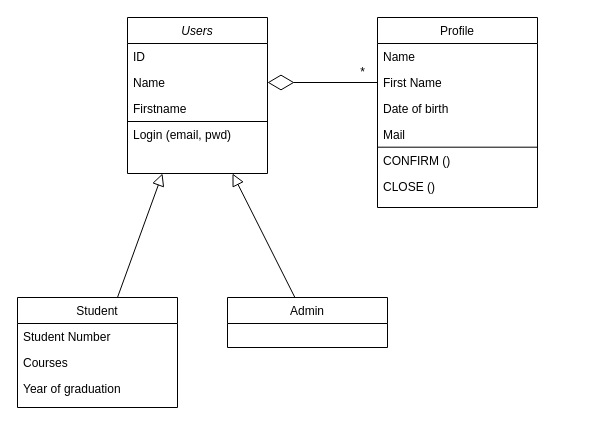
Before: ClassDiagram.drawio in nicolas-chivite/emisa-html-css, a draw.io diagram. Source tidied: cells renumbered, new cells numbered last; positions are measured from the earlier drawing's top-left corner, leaving out a move shared by most shapes. Both pictures are drawn from the tidied source at 100%, with x=0, y=0 at pixel (17, 17).
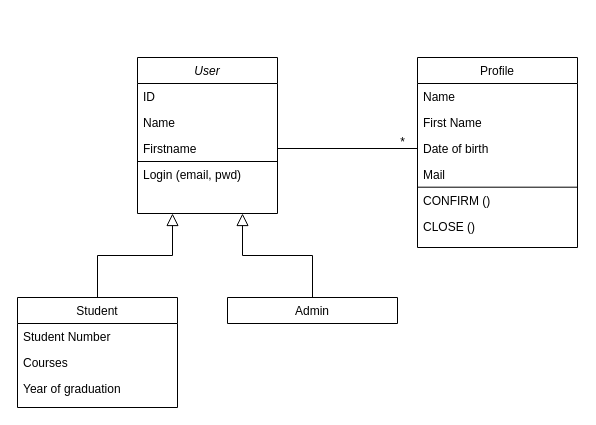
The same diagram, later.

Commit message (it also covers changes not shown here):
Mettre à jour ClassDiagram.drawio

The change refers to these unchanged cells:
```xml
<mxCell id="4" value="Name" style="text;align=left;verticalAlign=top;spacingLeft=4;spacingRight=4;overflow=hidden;points=[[0,0.5],[1,0.5]];portConstraint=eastwest;rounded=0;shadow=0;html=0;" parent="2" vertex="1">
  <mxGeometry y="52" width="140" height="26" as="geometry" />
</mxCell>
<mxCell id="5" value="Firstname" style="text;align=left;verticalAlign=top;spacingLeft=4;spacingRight=4;overflow=hidden;points=[[0,0.5],[1,0.5]];portConstraint=eastwest;rounded=0;shadow=0;html=0;" parent="2" vertex="1">
  <mxGeometry y="78" width="140" height="26" as="geometry" />
</mxCell>
<mxCell id="8" value="Student" style="swimlane;fontStyle=0;align=center;verticalAlign=top;horizontal=1;startSize=26;rounded=0;shadow=0;strokeWidth=1;" parent="1" vertex="1">
  <mxGeometry y="280" width="160" height="110" as="geometry" />
</mxCell>
<mxCell id="17" value="First Name" style="text;align=left;verticalAlign=top;spacingLeft=4;spacingRight=4;overflow=hidden;points=[[0,0.5],[1,0.5]];portConstraint=eastwest;rounded=0;shadow=0;html=0;" parent="15" vertex="1">
  <mxGeometry y="52" width="160" height="26" as="geometry" />
</mxCell>
<mxCell id="18" value="Date of birth" style="text;align=left;verticalAlign=top;spacingLeft=4;spacingRight=4;overflow=hidden;points=[[0,0.5],[1,0.5]];portConstraint=eastwest;rounded=0;shadow=0;html=0;" parent="15" vertex="1">
  <mxGeometry y="78" width="160" height="26" as="geometry" />
</mxCell>
```

Change to the diagram source:
```diff
@@
-    <mxCell id="2" value="Users" style="swimlane;fontStyle=2;align=center;verticalAlign=top;horizontal=1;startSize=26;rounded=0;shadow=0;strokeWidth=1;" parent="1" vertex="1">
-      <mxGeometry x="110" width="140" height="156" as="geometry" />
+    <mxCell id="2" value="User" style="swimlane;fontStyle=2;align=center;verticalAlign=top;horizontal=1;startSize=26;rounded=0;shadow=0;strokeWidth=1;" parent="1" vertex="1">
+      <mxGeometry x="120" y="40" width="140" height="156" as="geometry" />
     </mxCell>
@@
-    <mxCell id="12" style="endArrow=block;endSize=10;endFill=0;shadow=0;strokeWidth=1;rounded=0;elbow=vertical;entryX=0.25;entryY=1;entryDx=0;entryDy=0;" parent="1" edge="1" source="8" target="2">
+    <mxCell id="12" style="endArrow=block;endSize=10;endFill=0;shadow=0;strokeWidth=1;rounded=0;elbow=vertical;entryX=0.25;entryY=1;entryDx=0;entryDy=0;edgeStyle=orthogonalEdgeStyle;" parent="1" edge="1" source="8" target="2">
       <mxGeometry relative="1" as="geometry" />
     </mxCell>
-    <mxCell id="13" value="Admin" style="swimlane;fontStyle=0;align=center;verticalAlign=top;horizontal=1;startSize=26;rounded=0;shadow=0;strokeWidth=1;" parent="1" vertex="1">
-      <mxGeometry x="210" y="280" width="160" height="50" as="geometry" />
+    <mxCell id="13" value="Admin" style="swimlane;fontStyle=0;align=center;verticalAlign=top;horizontal=1;startSize=26;rounded=0;shadow=0;strokeWidth=1;" parent="1" vertex="1" collapsed="1">
+      <mxGeometry x="210" y="280" width="170" height="26" as="geometry" />
     </mxCell>
-    <mxCell id="14" style="endArrow=block;endSize=10;endFill=0;shadow=0;strokeWidth=1;rounded=0;elbow=vertical;entryX=0.75;entryY=1;entryDx=0;entryDy=0;" parent="1" edge="1" source="13" target="2">
+    <mxCell id="14" style="endArrow=block;endSize=10;endFill=0;shadow=0;strokeWidth=1;rounded=0;elbow=vertical;entryX=0.75;entryY=1;entryDx=0;entryDy=0;edgeStyle=orthogonalEdgeStyle;" parent="1" edge="1" source="13" target="2">
       <mxGeometry relative="1" as="geometry" />
     </mxCell>
     <mxCell id="15" value="Profile" style="swimlane;fontStyle=0;align=center;verticalAlign=top;horizontal=1;startSize=26;rounded=0;shadow=0;strokeWidth=1;" parent="1" vertex="1">
-      <mxGeometry x="360" width="160" height="190" as="geometry" />
+      <mxGeometry x="400" y="40" width="160" height="190" as="geometry" />
     </mxCell>
@@
-    <mxCell id="23" style="endArrow=diamondThin;endFill=0;endSize=24;html=1;rounded=0;entryX=1;entryY=0.5;entryDx=0;entryDy=0;exitX=0;exitY=0.5;exitDx=0;exitDy=0;" parent="1" edge="1" source="17" target="4">
-      <mxGeometry relative="1" as="geometry" />
-    </mxCell>
     <mxCell id="24" value="*" style="text;html=1;align=center;verticalAlign=middle;strokeColor=none;fillColor=none;" parent="1" vertex="1">
-      <mxGeometry x="330" y="40" width="30" height="30" as="geometry" />
+      <mxGeometry x="370" y="110" width="30" height="30" as="geometry" />
     </mxCell>
+    <mxCell id="25" style="endArrow=none;html=1;rounded=0;entryX=0;entryY=0.5;entryDx=0;entryDy=0;exitX=1;exitY=0.5;exitDx=0;exitDy=0;" parent="1" edge="1" source="5" target="18">
+      <mxGeometry relative="1" as="geometry" />
+    </mxCell>
```
